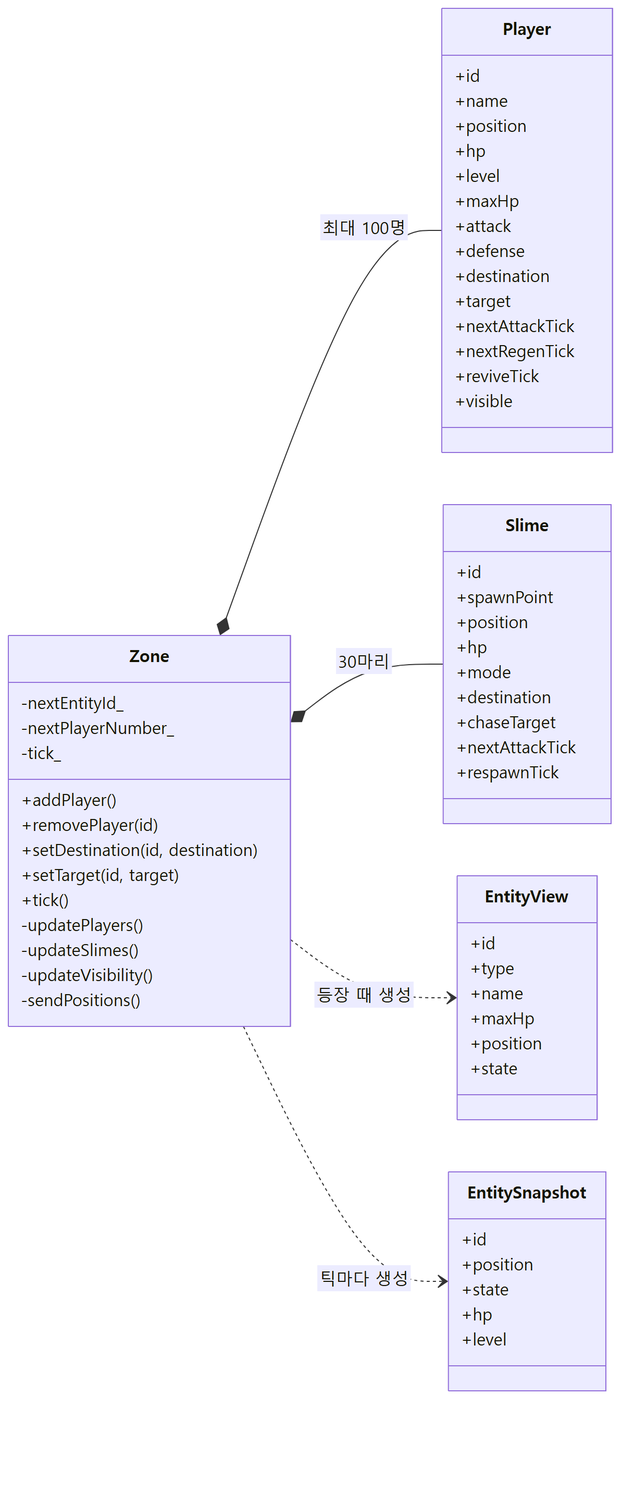
Dongs9/try_mmo_server keeps this Mermaid diagram as docs/diagrams/images/structure-zone.png. Above is the earlier version. Its source is kept beside it as docs/diagrams/src/structure-zone.mmd.
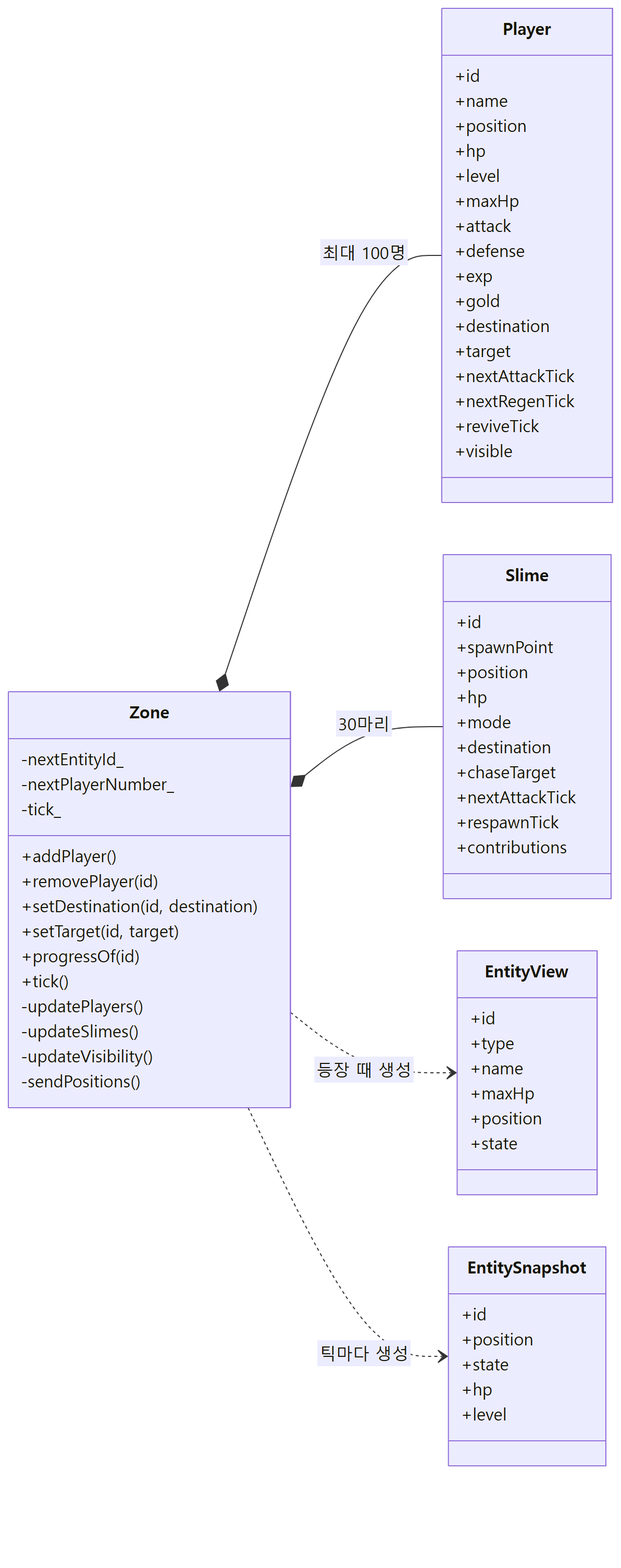
The same diagram one commit later.

Change to the diagram source:
```diff
@@ -9,6 +9,7 @@
         +removePlayer(id)
         +setDestination(id, destination)
         +setTarget(id, target)
+        +progressOf(id)
         +tick()
         -updatePlayers()
         -updateSlimes()
@@ -24,6 +25,8 @@
         +maxHp
         +attack
         +defense
+        +exp
+        +gold
         +destination
         +target
         +nextAttackTick
@@ -41,6 +44,7 @@
         +chaseTarget
         +nextAttackTick
         +respawnTick
+        +contributions
     }
     class EntityView {
         +id
```
